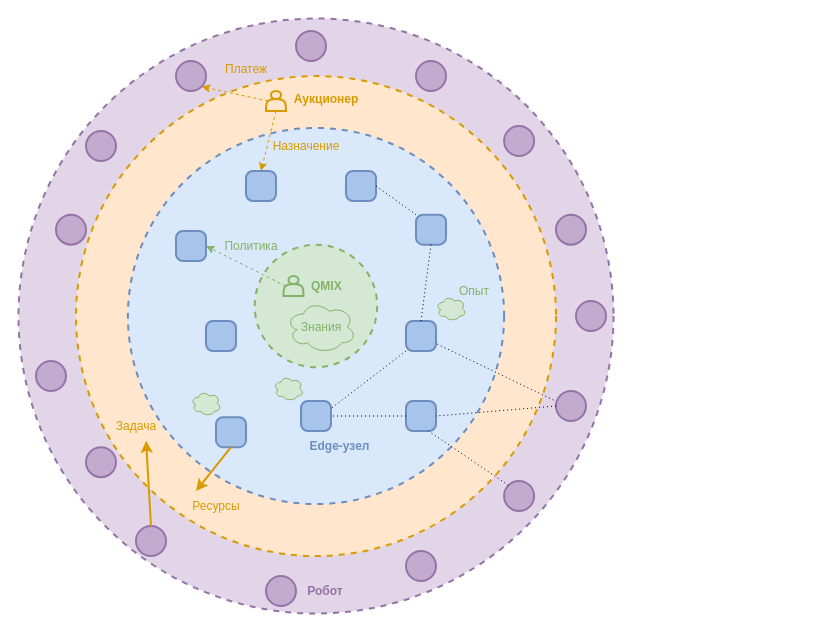
Before: Dissertation/images/drawio/ch5_ample_amr_concept.drawio in Dima12101/SPbU-Phd-LaTeX-Dissertation, a draw.io diagram. Source tidied: cells renumbered, new cells numbered last; positions are measured from the earlier drawing's top-left corner, leaving out a move shared by most shapes. Both pictures are drawn from the tidied source at 100%, with x=0, y=0 at pixel (18, 18).
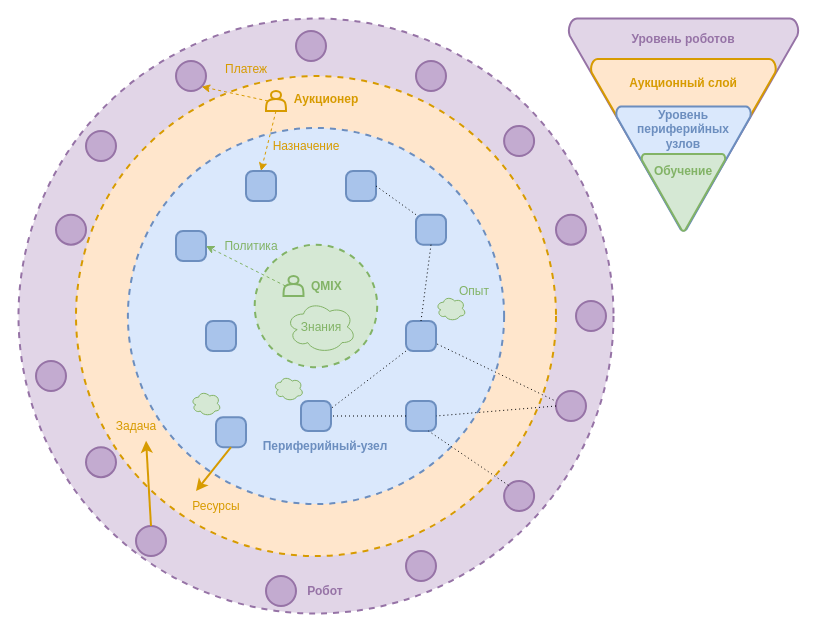
The same diagram, later.

Change to the diagram source:
```diff
@@
-    <mxCell id="57" value="&lt;font style=&quot;color: rgb(108, 142, 191);&quot;&gt;&lt;b style=&quot;&quot;&gt;Edge-узел&lt;/b&gt;&lt;/font&gt;" style="text;html=1;whiteSpace=wrap;strokeColor=none;fillColor=none;align=center;verticalAlign=middle;rounded=0;" parent="1" vertex="1">
-      <mxGeometry x="283.8" y="412.5" width="75" height="30" as="geometry" />
+    <mxCell id="57" value="&lt;font style=&quot;color: rgb(108, 142, 191);&quot;&gt;&lt;b style=&quot;&quot;&gt;Периферийный-узел&lt;/b&gt;&lt;/font&gt;" style="text;html=1;whiteSpace=wrap;strokeColor=none;fillColor=none;align=center;verticalAlign=middle;rounded=0;" parent="1" vertex="1">
+      <mxGeometry x="228.9" y="412.5" width="156.2" height="30" as="geometry" />
     </mxCell>
+    <mxCell id="58" style="group;" parent="1" vertex="1">
+      <mxGeometry x="550" width="230" height="212.5" as="geometry" />
+    </mxCell>
+    <mxCell id="59" style="strokeWidth=2;html=1;shape=mxgraph.flowchart.extract_or_measurement;whiteSpace=wrap;fillColor=#e1d5e7;strokeColor=#9673a6;rotation=-180;" parent="58" vertex="1">
+      <mxGeometry width="230" height="209" as="geometry" />
+    </mxCell>
+    <mxCell id="60" style="strokeWidth=2;html=1;shape=mxgraph.flowchart.extract_or_measurement;whiteSpace=wrap;fillColor=#ffe6cc;strokeColor=#d79b00;rotation=-180;" parent="58" vertex="1">
+      <mxGeometry x="22.3" y="40.5" width="185.2" height="168.5" as="geometry" />
+    </mxCell>
+    <mxCell id="61" style="strokeWidth=2;html=1;shape=mxgraph.flowchart.extract_or_measurement;whiteSpace=wrap;fillColor=#dae8fc;strokeColor=#6c8ebf;rotation=-180;" parent="58" vertex="1">
+      <mxGeometry x="47.5" y="88" width="135" height="124.5" as="geometry" />
+    </mxCell>
+    <mxCell id="62" style="strokeWidth=2;html=1;shape=mxgraph.flowchart.extract_or_measurement;whiteSpace=wrap;fillColor=#d5e8d4;strokeColor=#82b366;rotation=-180;" parent="58" vertex="1">
+      <mxGeometry x="73.1" y="135.4" width="83.7" height="77.1" as="geometry" />
+    </mxCell>
+    <mxCell id="63" value="&lt;font style=&quot;color: rgb(150, 115, 166);&quot;&gt;&lt;b&gt;Уровень роботов&lt;/b&gt;&lt;/font&gt;" style="text;html=1;whiteSpace=wrap;strokeColor=none;fillColor=none;align=center;verticalAlign=middle;rounded=0;" parent="58" vertex="1">
+      <mxGeometry x="54.9" y="6.2" width="120" height="30" as="geometry" />
+    </mxCell>
+    <mxCell id="64" value="&lt;font style=&quot;color: rgb(215, 155, 0);&quot;&gt;&lt;b style=&quot;&quot;&gt;Аукционный слой&lt;/b&gt;&lt;/font&gt;" style="text;html=1;whiteSpace=wrap;strokeColor=none;fillColor=none;align=center;verticalAlign=middle;rounded=0;" parent="58" vertex="1">
+      <mxGeometry x="55" y="50" width="120" height="30" as="geometry" />
+    </mxCell>
+    <mxCell id="65" value="&lt;b&gt;&lt;font style=&quot;color: rgb(108, 142, 191);&quot;&gt;Уровень периферийных&lt;/font&gt;&lt;/b&gt;&lt;div&gt;&lt;b&gt;&lt;font style=&quot;color: rgb(108, 142, 191);&quot;&gt;узлов&lt;/font&gt;&lt;/b&gt;&lt;/div&gt;" style="text;html=1;whiteSpace=wrap;strokeColor=none;fillColor=none;align=center;verticalAlign=middle;rounded=0;" parent="58" vertex="1">
+      <mxGeometry x="50" y="96.2" width="130" height="30" as="geometry" />
+    </mxCell>
+    <mxCell id="66" value="&lt;b&gt;&lt;font style=&quot;color: rgb(130, 179, 102);&quot;&gt;Обучение&lt;/font&gt;&lt;/b&gt;" style="text;html=1;whiteSpace=wrap;strokeColor=none;fillColor=none;align=center;verticalAlign=middle;rounded=0;" parent="58" vertex="1">
+      <mxGeometry x="85" y="137.5" width="60" height="30" as="geometry" />
+    </mxCell>
```
